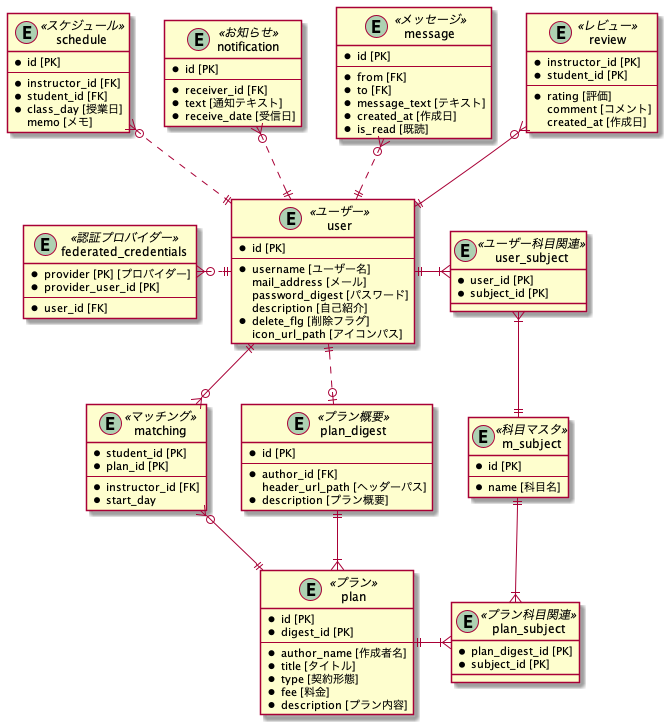
Above: materials/stulab.png in koumei11/stulab (PlantUML), before the change. Source of this version:
```plantuml
@startuml

entity user<<ユーザー>> {
  * id [PK]
  --
  * username [ユーザー名]
  mail_address [メール]
  password_digest [パスワード]
  description [自己紹介]
  * delete_flg [削除フラグ]
  icon_url_path [アイコンパス]
}

entity federated_credentials<<認証プロバイダー>> {
  * provider [PK] [プロバイダー]
  * provider_user_id [PK]
  --
  * user_id [FK]
}

entity m_subject<<科目マスタ>> {
  * id [PK]
  --
  * name [科目名]
}

entity plan_digest<<プラン概要>> {
  * id [PK]
  --
  * author_id [FK]
  header_url_path [ヘッダーパス]
  * description [プラン概要]
}

entity plan<<プラン>> {
  * id [PK]
  * digest_id [PK]
  --
  * author_name [作成者名]
  * title [タイトル]
  * type [契約形態]
  * fee [料金]
  * description [プラン内容]
}

entity user_subject<<ユーザー科目関連>> {
  * user_id [PK]
  * subject_id [PK]
}

entity plan_subject<<プラン科目関連>> {
  * plan_digest_id [PK]
  * subject_id [PK]
}

entity review<<レビュー>> {
  * instructor_id [PK]
  * student_id [PK]
  --
  * rating [評価]
  comment [コメント]
  created_at [作成日]
}

entity matching<<マッチング>> {
  * student_id [PK]
  * plan_id [PK]
  --
  * instructor_id [FK]
  * start_day
}

entity message<<メッセージ>> {
  * id [PK]
  --
  * from [FK]
  * to [FK]
  * message_text [テキスト]
  * created_at [作成日]
  * is_read [既読]
}

entity notification<<お知らせ>> {
  * id [PK]
  --
  * receiver_id [FK]
  * text [通知テキスト]
  * receive_date [受信日]
}

entity schedule<<スケジュール>> {
  * id [PK]
  --
  * instructor_id [FK]
  * student_id [FK]
  * class_day [授業日]
  memo [メモ]
}

user ||.l.o{ federated_credentials
user ||..o| plan_digest
plan_digest ||--|{ plan
user ||-r-|{ user_subject
m_subject ||-u-|{ user_subject
plan ||-r-|{ plan_subject
m_subject ||--|{ plan_subject
user ||-u-o{ review
user ||--o{ matching
plan ||-u-o{ matching
user ||.u.o{ message
user ||.u.o{ notification
user ||.u.o{ schedule


@enduml
```
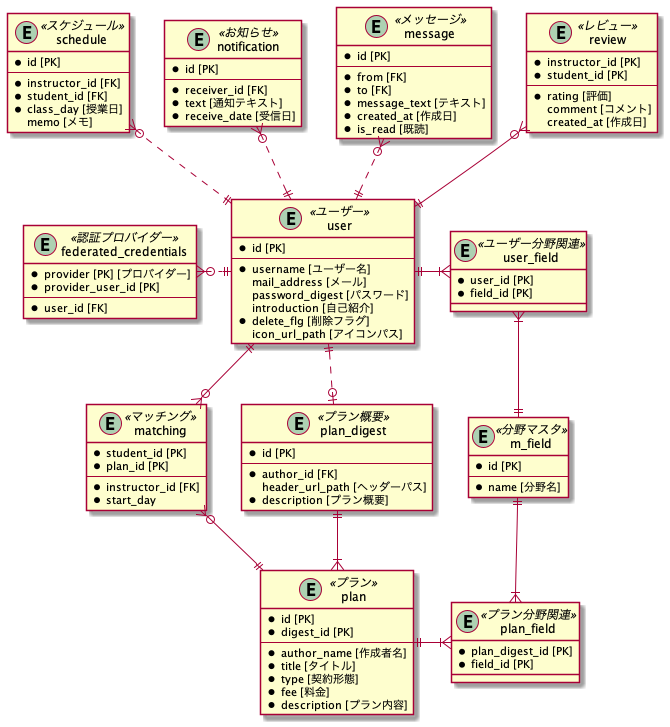
The same file after the commit.

What changed in the source:
```diff
@@ -1,4 +1,4 @@
-@startuml
+@startuml stulab
 
 entity user<<ユーザー>> {
   * id [PK]
@@ -6,7 +6,7 @@
   * username [ユーザー名]
   mail_address [メール]
   password_digest [パスワード]
-  description [自己紹介]
+  introduction [自己紹介]
   * delete_flg [削除フラグ]
   icon_url_path [アイコンパス]
 }
@@ -18,10 +18,10 @@
   * user_id [FK]
 }
 
-entity m_subject<<科目マスタ>> {
+entity m_field<<分野マスタ>> {
   * id [PK]
   --
-  * name [科目名]
+  * name [分野名]
 }
 
 entity plan_digest<<プラン概要>> {
@@ -43,14 +43,14 @@
   * description [プラン内容]
 }
 
-entity user_subject<<ユーザー科目関連>> {
+entity user_field<<ユーザー分野関連>> {
   * user_id [PK]
-  * subject_id [PK]
+  * field_id [PK]
 }
 
-entity plan_subject<<プラン科目関連>> {
+entity plan_field<<プラン分野関連>> {
   * plan_digest_id [PK]
-  * subject_id [PK]
+  * field_id [PK]
 }
 
 entity review<<レビュー>> {
@@ -100,10 +100,10 @@
 user ||.l.o{ federated_credentials
 user ||..o| plan_digest
 plan_digest ||--|{ plan
-user ||-r-|{ user_subject
-m_subject ||-u-|{ user_subject
-plan ||-r-|{ plan_subject
-m_subject ||--|{ plan_subject
+user ||-r-|{ user_field
+m_field ||-u-|{ user_field
+plan ||-r-|{ plan_field
+m_field ||--|{ plan_field
 user ||-u-o{ review
 user ||--o{ matching
 plan ||-u-o{ matching
```
